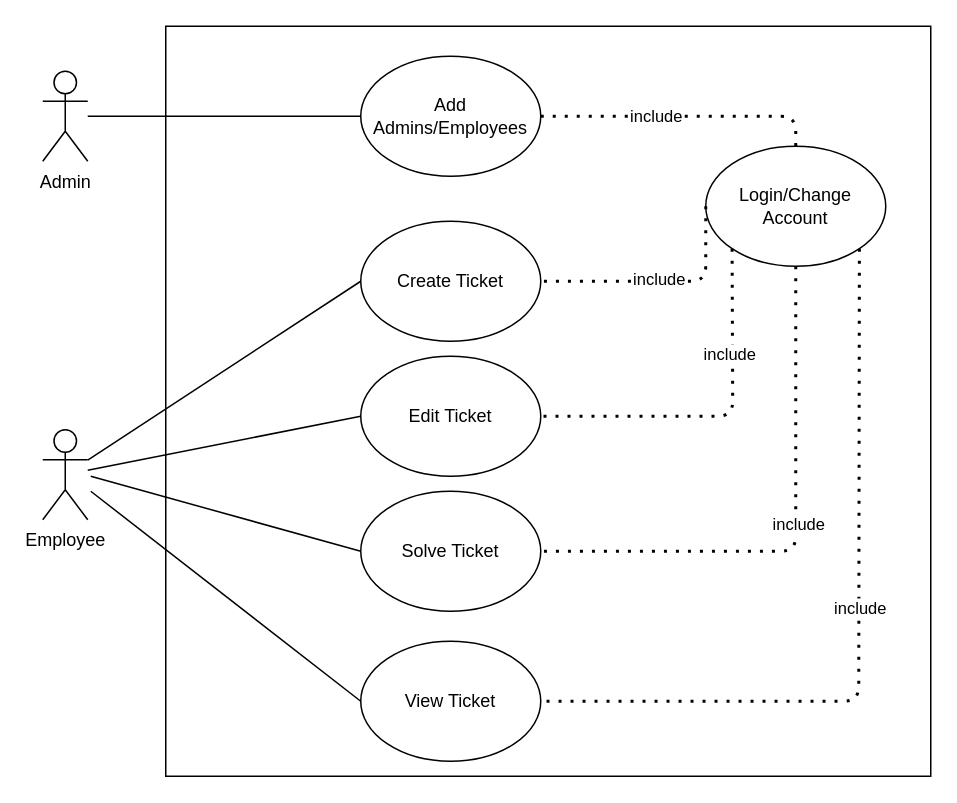
The draw.io diagram Documentation/Diagrams/Use-Case Diagram/Use-Case_Diagram.drawio in baltermia/Gira-ConsoleV2, before the edit. Source tidied: cells renumbered, new cells numbered last; positions are measured from the earlier drawing's top-left corner, leaving out a move shared by most shapes. Both pictures are drawn from the tidied source at 150%, with x=0, y=0 at pixel (42, 26).
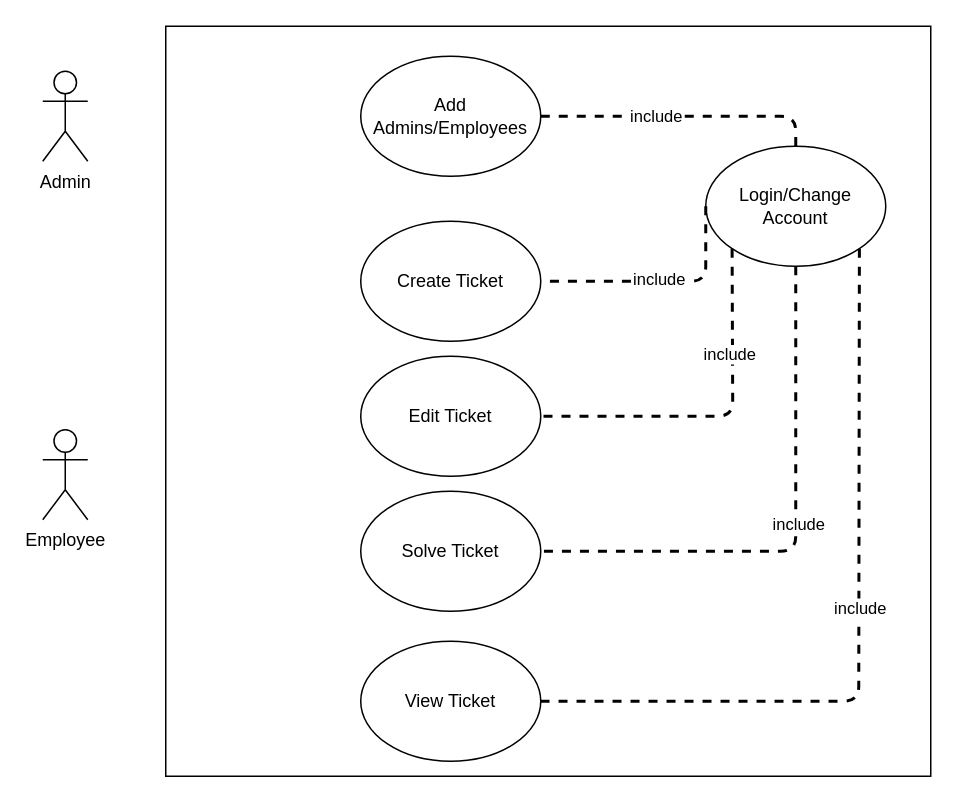
The same page after the edit.

Commit message (it also covers changes not shown here):
Updated sequence diagram

Unchanged cells that the change refers to:
```xml
<mxCell id="3" value="Employee" style="shape=umlActor;verticalLabelPosition=bottom;verticalAlign=top;html=1;outlineConnect=0;" parent="1" vertex="1">
  <mxGeometry y="269" width="30" height="60" as="geometry" />
</mxCell>
<mxCell id="4" value="Add Admins/Employees" style="ellipse;whiteSpace=wrap;html=1;" parent="1" vertex="1">
  <mxGeometry x="212" y="20" width="120" height="80" as="geometry" />
</mxCell>
<mxCell id="5" value="Login/Change Account" style="ellipse;whiteSpace=wrap;html=1;" parent="1" vertex="1">
  <mxGeometry x="442" y="80" width="120" height="80" as="geometry" />
</mxCell>
<mxCell id="6" value="Solve Ticket" style="ellipse;whiteSpace=wrap;html=1;" parent="1" vertex="1">
  <mxGeometry x="212" y="310" width="120" height="80" as="geometry" />
</mxCell>
<mxCell id="7" value="Create Ticket" style="ellipse;whiteSpace=wrap;html=1;" parent="1" vertex="1">
  <mxGeometry x="212" y="130" width="120" height="80" as="geometry" />
</mxCell>
<mxCell id="8" value="View Ticket" style="ellipse;whiteSpace=wrap;html=1;" parent="1" vertex="1">
  <mxGeometry x="212" y="410" width="120" height="80" as="geometry" />
</mxCell>
<mxCell id="9" value="Edit Ticket" style="ellipse;whiteSpace=wrap;html=1;" parent="1" vertex="1">
  <mxGeometry x="212" y="220" width="120" height="80" as="geometry" />
</mxCell>
<mxCell id="10" value="Admin" style="shape=umlActor;verticalLabelPosition=bottom;verticalAlign=top;html=1;outlineConnect=0;" parent="1" vertex="1">
  <mxGeometry y="30" width="30" height="60" as="geometry" />
</mxCell>
```

Diff of the diagram source:
```diff
@@
-    <mxCell id="11" style="endArrow=none;dashed=1;html=1;dashPattern=1 3;strokeWidth=2;exitX=1;exitY=0.5;exitDx=0;exitDy=0;entryX=0.5;entryY=0;entryDx=0;entryDy=0;" parent="1" edge="1" source="4" target="5">
+    <mxCell id="11" style="endArrow=none;dashed=1;html=1;strokeWidth=2;exitX=1;exitY=0.5;exitDx=0;exitDy=0;entryX=0.5;entryY=0;entryDx=0;entryDy=0;" parent="1" edge="1" source="4" target="5">
       <mxGeometry relative="1" as="geometry">
         <Array as="points">
           <mxPoint x="502" y="60" />
         </Array>
       </mxGeometry>
     </mxCell>
@@
-    <mxCell id="13" style="endArrow=none;dashed=1;html=1;dashPattern=1 3;strokeWidth=2;entryX=1;entryY=0.5;entryDx=0;entryDy=0;exitX=1;exitY=1;exitDx=0;exitDy=0;" parent="1" edge="1" source="5" target="8">
+    <mxCell id="13" style="endArrow=none;dashed=1;html=1;strokeWidth=2;entryX=1;entryY=0.5;entryDx=0;entryDy=0;exitX=1;exitY=1;exitDx=0;exitDy=0;" parent="1" edge="1" source="5" target="8">
       <mxGeometry relative="1" as="geometry">
         <Array as="points">
           <mxPoint x="544" y="450" />
         </Array>
       </mxGeometry>
     </mxCell>
@@
-    <mxCell id="15" style="endArrow=none;dashed=1;html=1;dashPattern=1 3;strokeWidth=2;entryX=1;entryY=0.5;entryDx=0;entryDy=0;exitX=0;exitY=1;exitDx=0;exitDy=0;" parent="1" edge="1" source="5" target="9">
+    <mxCell id="15" style="endArrow=none;dashed=1;html=1;strokeWidth=2;entryX=1;entryY=0.5;entryDx=0;entryDy=0;exitX=0;exitY=1;exitDx=0;exitDy=0;" parent="1" edge="1" source="5" target="9">
       <mxGeometry relative="1" as="geometry">
         <Array as="points">
           <mxPoint x="460" y="260" />
         </Array>
       </mxGeometry>
     </mxCell>
@@
-    <mxCell id="17" style="endArrow=none;dashed=1;html=1;dashPattern=1 3;strokeWidth=2;entryX=1;entryY=0.5;entryDx=0;entryDy=0;exitX=0;exitY=0.5;exitDx=0;exitDy=0;" parent="1" edge="1" source="5" target="7">
+    <mxCell id="17" style="endArrow=none;dashed=1;html=1;strokeWidth=2;entryX=1;entryY=0.5;entryDx=0;entryDy=0;exitX=0;exitY=0.5;exitDx=0;exitDy=0;" parent="1" edge="1" source="5" target="7">
       <mxGeometry relative="1" as="geometry">
         <Array as="points">
           <mxPoint x="442" y="170" />
         </Array>
       </mxGeometry>
     </mxCell>
@@
-    <mxCell id="19" style="endArrow=none;dashed=1;html=1;dashPattern=1 3;strokeWidth=2;entryX=1;entryY=0.5;entryDx=0;entryDy=0;exitX=0.5;exitY=1;exitDx=0;exitDy=0;" parent="1" edge="1" source="5" target="6">
+    <mxCell id="19" style="endArrow=none;dashed=1;html=1;strokeWidth=2;entryX=1;entryY=0.5;entryDx=0;entryDy=0;exitX=0.5;exitY=1;exitDx=0;exitDy=0;" parent="1" edge="1" source="5" target="6">
       <mxGeometry relative="1" as="geometry">
         <Array as="points">
           <mxPoint x="502" y="350" />
         </Array>
       </mxGeometry>
     </mxCell>
@@
-    <mxCell id="21" style="endArrow=none;html=1;entryX=0;entryY=0.5;entryDx=0;entryDy=0;" parent="1" edge="1" source="10" target="4">
-      <mxGeometry relative="1" as="geometry" />
-    </mxCell>
-    <mxCell id="22" style="endArrow=none;html=1;entryX=0;entryY=0.5;entryDx=0;entryDy=0;" parent="1" edge="1" source="3" target="7">
-      <mxGeometry relative="1" as="geometry" />
-    </mxCell>
-    <mxCell id="23" style="endArrow=none;html=1;entryX=0;entryY=0.5;entryDx=0;entryDy=0;" parent="1" edge="1" target="8">
-      <mxGeometry relative="1" as="geometry">
-        <mxPoint x="32" y="310" as="sourcePoint" />
-      </mxGeometry>
-    </mxCell>
-    <mxCell id="24" style="endArrow=none;html=1;entryX=0;entryY=0.5;entryDx=0;entryDy=0;" parent="1" edge="1" target="6">
-      <mxGeometry relative="1" as="geometry">
-        <mxPoint x="32" y="300" as="sourcePoint" />
-      </mxGeometry>
-    </mxCell>
-    <mxCell id="25" style="endArrow=none;html=1;entryX=0;entryY=0.5;entryDx=0;entryDy=0;" parent="1" edge="1" source="3" target="9">
-      <mxGeometry relative="1" as="geometry" />
-    </mxCell>
```
